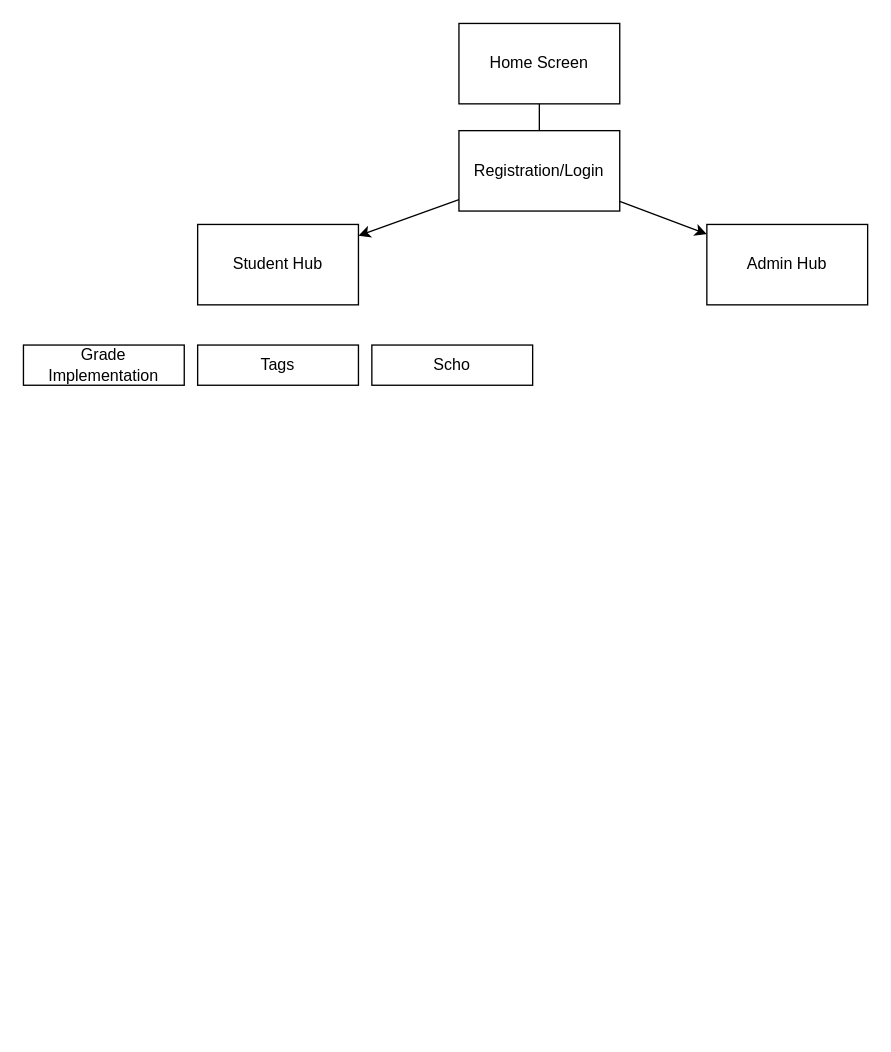
Above: Untitled Diagram.drawio in ikec4937/scas-nea (draw.io), before the change. Source tidied: cells renumbered, new cells numbered last; positions are measured from the earlier drawing's top-left corner, leaving out a move shared by most shapes. Both pictures are drawn from the tidied source at 134%, with x=0, y=0 at pixel (23, 23).
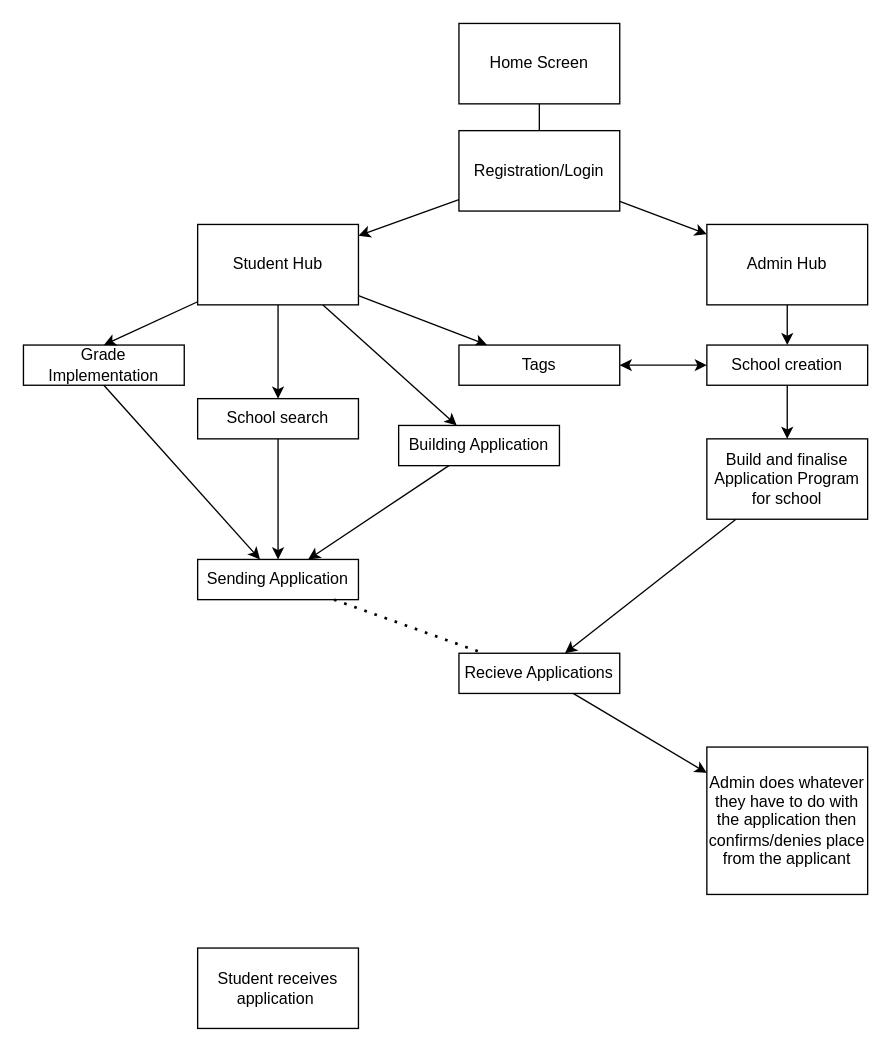
Above is the later version.

Unchanged cells that the change refers to:
```xml
<mxCell id="5" value="Student Hub" style="rounded=0;whiteSpace=wrap;html=1;" parent="1" vertex="1">
  <mxGeometry x="130" y="150" width="120" height="60" as="geometry" />
</mxCell>
<mxCell id="6" value="Admin Hub" style="rounded=0;whiteSpace=wrap;html=1;" parent="1" vertex="1">
  <mxGeometry x="510" y="150" width="120" height="60" as="geometry" />
</mxCell>
<mxCell id="9" value="Grade Implementation" style="rounded=0;whiteSpace=wrap;html=1;" parent="1" vertex="1">
  <mxGeometry y="240" width="120" height="30" as="geometry" />
</mxCell>
```

Change to the diagram source:
```diff
@@
+    <mxCell id="13" style="rounded=0;jettySize=auto;html=1;" parent="1" edge="1" source="5" target="10">
+      <mxGeometry relative="1" as="geometry" />
+    </mxCell>
+    <mxCell id="14" style="edgeStyle=none;rounded=0;jettySize=auto;html=1;" parent="1" edge="1" source="5" target="24">
+      <mxGeometry relative="1" as="geometry" />
+    </mxCell>
+    <mxCell id="15" style="edgeStyle=none;rounded=0;jettySize=auto;html=1;" parent="1" edge="1" source="5" target="12">
+      <mxGeometry relative="1" as="geometry" />
+    </mxCell>
@@
+    <mxCell id="16" style="edgeStyle=none;rounded=0;jettySize=auto;html=1;" parent="1" edge="1" source="6" target="21">
+      <mxGeometry relative="1" as="geometry" />
+    </mxCell>
@@
     <mxCell id="10" value="Tags" style="rounded=0;whiteSpace=wrap;html=1;" parent="1" vertex="1">
-      <mxGeometry x="130" y="240" width="120" height="30" as="geometry" />
+      <mxGeometry x="325" y="240" width="120" height="30" as="geometry" />
     </mxCell>
@@
+    <mxCell id="17" style="edgeStyle=none;rounded=0;jettySize=auto;html=1;" parent="1" edge="1" source="12" target="25">
+      <mxGeometry relative="1" as="geometry" />
+    </mxCell>
-    <mxCell id="12" value="Scho" style="rounded=0;whiteSpace=wrap;html=1;" parent="1" vertex="1">
-      <mxGeometry x="260" y="240" width="120" height="30" as="geometry" />
+    <mxCell id="12" value="School search" style="rounded=0;whiteSpace=wrap;html=1;" parent="1" vertex="1">
+      <mxGeometry x="130" y="280" width="120" height="30" as="geometry" />
     </mxCell>
+    <mxCell id="18" style="endArrow=classic;html=1;rounded=0;entryX=0.5;entryY=0;entryDx=0;entryDy=0;" parent="1" edge="1" source="5" target="9">
+      <mxGeometry relative="1" as="geometry" />
+    </mxCell>
+    <mxCell id="19" style="edgeStyle=none;rounded=0;jettySize=auto;html=1;entryX=1;entryY=0.5;entryDx=0;entryDy=0;strokeColor=none;" parent="1" edge="1" source="21" target="10">
+      <mxGeometry relative="1" as="geometry" />
+    </mxCell>
+    <mxCell id="20" style="edgeStyle=none;rounded=0;jettySize=auto;html=1;" parent="1" edge="1" source="21" target="28">
+      <mxGeometry relative="1" as="geometry" />
+    </mxCell>
+    <mxCell id="21" value="School creation" style="rounded=0;whiteSpace=wrap;html=1;" parent="1" vertex="1">
+      <mxGeometry x="510" y="240" width="120" height="30" as="geometry" />
+    </mxCell>
+    <mxCell id="22" style="endArrow=classic;startArrow=classic;html=1;rounded=0;" parent="1" edge="1" source="10" target="21">
+      <mxGeometry relative="1" as="geometry" />
+    </mxCell>
+    <mxCell id="23" style="edgeStyle=none;rounded=0;jettySize=auto;html=1;" parent="1" edge="1" source="24" target="25">
+      <mxGeometry relative="1" as="geometry" />
+    </mxCell>
+    <mxCell id="24" value="Building Application" style="rounded=0;whiteSpace=wrap;html=1;" parent="1" vertex="1">
+      <mxGeometry x="280" y="300" width="120" height="30" as="geometry" />
+    </mxCell>
+    <mxCell id="25" value="Sending Application" style="rounded=0;whiteSpace=wrap;html=1;" parent="1" vertex="1">
+      <mxGeometry x="130" y="400" width="120" height="30" as="geometry" />
+    </mxCell>
+    <mxCell id="26" style="endArrow=classic;html=1;rounded=0;exitX=0.5;exitY=1;exitDx=0;exitDy=0;" parent="1" edge="1" source="9" target="25">
+      <mxGeometry relative="1" as="geometry" />
+    </mxCell>
+    <mxCell id="27" style="edgeStyle=none;rounded=0;jettySize=auto;html=1;" parent="1" edge="1" source="28" target="30">
+      <mxGeometry relative="1" as="geometry" />
+    </mxCell>
+    <mxCell id="28" value="Build and finalise Application Program for school" style="rounded=0;whiteSpace=wrap;html=1;" parent="1" vertex="1">
+      <mxGeometry x="510" y="310" width="120" height="60" as="geometry" />
+    </mxCell>
+    <mxCell id="29" style="edgeStyle=none;rounded=0;jettySize=auto;html=1;" parent="1" edge="1" source="30" target="32">
+      <mxGeometry relative="1" as="geometry" />
+    </mxCell>
+    <mxCell id="30" value="Recieve Applications" style="rounded=0;whiteSpace=wrap;html=1;" parent="1" vertex="1">
+      <mxGeometry x="325" y="470" width="120" height="30" as="geometry" />
+    </mxCell>
+    <mxCell id="31" style="endArrow=none;dashed=1;html=1;dashPattern=1 3;strokeWidth=2;rounded=0;" parent="1" edge="1" source="25" target="30">
+      <mxGeometry relative="1" as="geometry" />
+    </mxCell>
+    <mxCell id="32" value="Admin does whatever they have to do with the application then confirms/denies place from the applicant" style="rounded=0;whiteSpace=wrap;html=1;" parent="1" vertex="1">
+      <mxGeometry x="510" y="540" width="120" height="110" as="geometry" />
+    </mxCell>
+    <mxCell id="33" value="Student receives application&amp;nbsp;" style="rounded=0;whiteSpace=wrap;html=1;" parent="1" vertex="1">
+      <mxGeometry x="130" y="690" width="120" height="60" as="geometry" />
+    </mxCell>
```
